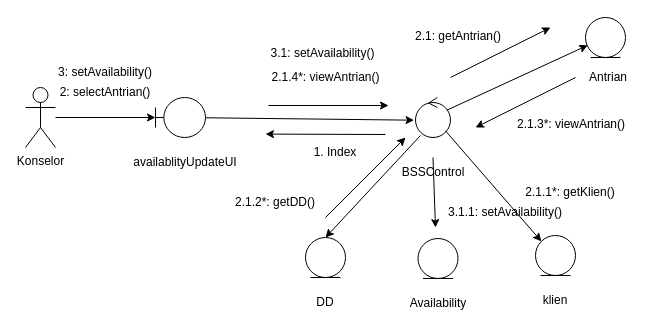
Before: Mini-Proj/MP_CC_EntryDD.drawio in mahesri/uml_ads_sms3, a draw.io diagram. Source tidied: cells renumbered, new cells numbered last; positions are measured from the earlier drawing's top-left corner, leaving out a move shared by most shapes. Both pictures are drawn from the tidied source at 100%, with x=0, y=0 at pixel (25, 17).
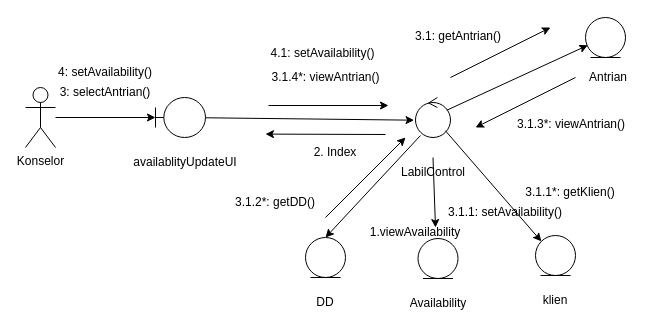
The same page after the edit.

The edit, as a diff of the source:
```diff
@@
-    <mxCell id="6" value="1. Index" style="text;html=1;strokeColor=none;fillColor=none;align=center;verticalAlign=middle;whiteSpace=wrap;rounded=0;" parent="1" vertex="1">
+    <mxCell id="6" value="2. Index" style="text;html=1;strokeColor=none;fillColor=none;align=center;verticalAlign=middle;whiteSpace=wrap;rounded=0;" parent="1" vertex="1">
       <mxGeometry x="280" y="120" width="60" height="30" as="geometry" />
     </mxCell>
@@
-    <mxCell id="10" value="2: selectAntrian()" style="text;html=1;strokeColor=none;fillColor=none;align=center;verticalAlign=middle;whiteSpace=wrap;rounded=0;" parent="1" vertex="1">
+    <mxCell id="10" value="3: selectAntrian()" style="text;html=1;strokeColor=none;fillColor=none;align=center;verticalAlign=middle;whiteSpace=wrap;rounded=0;" parent="1" vertex="1">
       <mxGeometry x="30" y="60" width="100" height="30" as="geometry" />
     </mxCell>
@@
-    <mxCell id="14" value="BSSControl" style="text;html=1;strokeColor=none;fillColor=none;align=center;verticalAlign=middle;whiteSpace=wrap;rounded=0;" parent="1" vertex="1">
+    <mxCell id="14" value="LabilControl" style="text;html=1;strokeColor=none;fillColor=none;align=center;verticalAlign=middle;whiteSpace=wrap;rounded=0;" parent="1" vertex="1">
       <mxGeometry x="377.5" y="140" width="60" height="30" as="geometry" />
     </mxCell>
@@
-    <mxCell id="18" value="2.1.3*: viewAntrian()" style="text;html=1;strokeColor=none;fillColor=none;align=center;verticalAlign=middle;whiteSpace=wrap;rounded=0;" parent="1" vertex="1">
+    <mxCell id="18" value="3.1.3*: viewAntrian()" style="text;html=1;strokeColor=none;fillColor=none;align=center;verticalAlign=middle;whiteSpace=wrap;rounded=0;" parent="1" vertex="1">
       <mxGeometry x="481" y="92" width="130" height="30" as="geometry" />
     </mxCell>
@@
-    <mxCell id="23" value="2.1.2*: getDD()" style="text;html=1;strokeColor=none;fillColor=none;align=center;verticalAlign=middle;whiteSpace=wrap;rounded=0;" parent="1" vertex="1">
+    <mxCell id="23" value="3.1.2*: getDD()" style="text;html=1;strokeColor=none;fillColor=none;align=center;verticalAlign=middle;whiteSpace=wrap;rounded=0;" parent="1" vertex="1">
       <mxGeometry x="190" y="170" width="120" height="30" as="geometry" />
     </mxCell>
-    <mxCell id="24" value="2.1.1*: getKlien()" style="text;html=1;strokeColor=none;fillColor=none;align=center;verticalAlign=middle;whiteSpace=wrap;rounded=0;" parent="1" vertex="1">
+    <mxCell id="24" value="3.1.1*: getKlien()" style="text;html=1;strokeColor=none;fillColor=none;align=center;verticalAlign=middle;whiteSpace=wrap;rounded=0;" parent="1" vertex="1">
       <mxGeometry x="485" y="160" width="120" height="30" as="geometry" />
     </mxCell>
-    <mxCell id="25" value="2.1.4*: viewAntrian()" style="text;html=1;strokeColor=none;fillColor=none;align=center;verticalAlign=middle;whiteSpace=wrap;rounded=0;" parent="1" vertex="1">
+    <mxCell id="25" value="3.1.4*: viewAntrian()" style="text;html=1;strokeColor=none;fillColor=none;align=center;verticalAlign=middle;whiteSpace=wrap;rounded=0;" parent="1" vertex="1">
       <mxGeometry x="232.5" y="45" width="135" height="30" as="geometry" />
     </mxCell>
@@
-    <mxCell id="30" value="2.1: getAntrian()" style="text;html=1;strokeColor=none;fillColor=none;align=center;verticalAlign=middle;whiteSpace=wrap;rounded=0;" parent="1" vertex="1">
+    <mxCell id="30" value="3.1: getAntrian()" style="text;html=1;strokeColor=none;fillColor=none;align=center;verticalAlign=middle;whiteSpace=wrap;rounded=0;" parent="1" vertex="1">
       <mxGeometry x="367.5" y="4" width="130" height="30" as="geometry" />
     </mxCell>
@@
-    <mxCell id="33" value="3: setAvailability()" style="text;html=1;strokeColor=none;fillColor=none;align=center;verticalAlign=middle;whiteSpace=wrap;rounded=0;" parent="1" vertex="1">
+    <mxCell id="33" value="4: setAvailability()" style="text;html=1;strokeColor=none;fillColor=none;align=center;verticalAlign=middle;whiteSpace=wrap;rounded=0;" parent="1" vertex="1">
       <mxGeometry x="30" y="40" width="100" height="30" as="geometry" />
     </mxCell>
-    <mxCell id="34" value="3.1: setAvailability()" style="text;html=1;strokeColor=none;fillColor=none;align=center;verticalAlign=middle;whiteSpace=wrap;rounded=0;" parent="1" vertex="1">
+    <mxCell id="34" value="4.1: setAvailability()" style="text;html=1;strokeColor=none;fillColor=none;align=center;verticalAlign=middle;whiteSpace=wrap;rounded=0;" parent="1" vertex="1">
       <mxGeometry x="244" y="21" width="107" height="30" as="geometry" />
     </mxCell>
@@
+    <mxCell id="37" value="1.viewAvailability" style="text;html=1;strokeColor=none;fillColor=none;align=center;verticalAlign=middle;whiteSpace=wrap;rounded=0;" parent="1" vertex="1">
+      <mxGeometry x="360" y="200" width="60" height="30" as="geometry" />
+    </mxCell>
```
